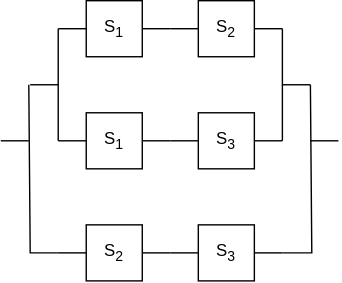
Above: drawio/10_median_func.drawio.svg in cd-public/hw_asm (draw.io), before the change. Source tidied: cells renumbered, new cells last; positions are measured from the earlier drawing's top-left corner, leaving out a move shared by most shapes. Source of this version:
```xml
<mxGraphModel>
  <root>
    <mxCell id="0" />
    <mxCell id="1" parent="0" />
    <mxCell id="2" value="S&lt;sub&gt;1&lt;/sub&gt;" style="whiteSpace=wrap;html=1;" parent="1" vertex="1">
      <mxGeometry x="61" width="40" height="40" as="geometry" />
    </mxCell>
    <mxCell id="3" style="endArrow=none;html=1;rounded=0;entryX=0;entryY=0.5;entryDx=0;entryDy=0;" parent="1" edge="1" target="2">
      <mxGeometry relative="1" as="geometry">
        <mxPoint x="41" y="20" as="sourcePoint" />
      </mxGeometry>
    </mxCell>
    <mxCell id="4" style="endArrow=none;html=1;rounded=0;exitX=1;exitY=0.5;exitDx=0;exitDy=0;" parent="1" edge="1" source="2">
      <mxGeometry relative="1" as="geometry">
        <mxPoint x="121" y="20" as="targetPoint" />
      </mxGeometry>
    </mxCell>
    <mxCell id="5" value="S&lt;sub&gt;2&lt;/sub&gt;" style="whiteSpace=wrap;html=1;" parent="1" vertex="1">
      <mxGeometry x="141" width="40" height="40" as="geometry" />
    </mxCell>
    <mxCell id="6" style="endArrow=none;html=1;rounded=0;entryX=0;entryY=0.5;entryDx=0;entryDy=0;" parent="1" edge="1" target="5">
      <mxGeometry relative="1" as="geometry">
        <mxPoint x="121" y="20" as="sourcePoint" />
      </mxGeometry>
    </mxCell>
    <mxCell id="7" style="endArrow=none;html=1;rounded=0;" parent="1" edge="1" source="5">
      <mxGeometry relative="1" as="geometry">
        <mxPoint x="201" y="20" as="targetPoint" />
      </mxGeometry>
    </mxCell>
    <mxCell id="8" style="endArrow=none;html=1;rounded=0;" parent="1" edge="1">
      <mxGeometry relative="1" as="geometry">
        <mxPoint x="41" y="100" as="sourcePoint" />
        <mxPoint x="41" y="20" as="targetPoint" />
      </mxGeometry>
    </mxCell>
    <mxCell id="9" style="endArrow=none;html=1;rounded=0;" parent="1" edge="1">
      <mxGeometry relative="1" as="geometry">
        <mxPoint x="21" y="60" as="sourcePoint" />
        <mxPoint x="41" y="60" as="targetPoint" />
      </mxGeometry>
    </mxCell>
    <mxCell id="10" style="endArrow=none;html=1;rounded=0;" parent="1" edge="1">
      <mxGeometry relative="1" as="geometry">
        <mxPoint x="201" y="100" as="sourcePoint" />
        <mxPoint x="201" y="20" as="targetPoint" />
      </mxGeometry>
    </mxCell>
    <mxCell id="11" style="endArrow=none;html=1;rounded=0;" parent="1" edge="1">
      <mxGeometry relative="1" as="geometry">
        <mxPoint x="221" y="60" as="sourcePoint" />
        <mxPoint x="201" y="60" as="targetPoint" />
      </mxGeometry>
    </mxCell>
    <mxCell id="12" value="S&lt;sub&gt;1&lt;/sub&gt;" style="whiteSpace=wrap;html=1;" parent="1" vertex="1">
      <mxGeometry x="61" y="80" width="40" height="40" as="geometry" />
    </mxCell>
    <mxCell id="13" style="endArrow=none;html=1;rounded=0;entryX=0;entryY=0.5;entryDx=0;entryDy=0;" parent="1" edge="1" target="12">
      <mxGeometry relative="1" as="geometry">
        <mxPoint x="41" y="100" as="sourcePoint" />
      </mxGeometry>
    </mxCell>
    <mxCell id="14" style="endArrow=none;html=1;rounded=0;exitX=1;exitY=0.5;exitDx=0;exitDy=0;" parent="1" edge="1" source="12">
      <mxGeometry relative="1" as="geometry">
        <mxPoint x="121" y="100" as="targetPoint" />
      </mxGeometry>
    </mxCell>
    <mxCell id="15" value="S&lt;sub&gt;3&lt;/sub&gt;" style="whiteSpace=wrap;html=1;" parent="1" vertex="1">
      <mxGeometry x="141" y="80" width="40" height="40" as="geometry" />
    </mxCell>
    <mxCell id="16" style="endArrow=none;html=1;rounded=0;entryX=0;entryY=0.5;entryDx=0;entryDy=0;" parent="1" edge="1" target="15">
      <mxGeometry relative="1" as="geometry">
        <mxPoint x="121" y="100" as="sourcePoint" />
      </mxGeometry>
    </mxCell>
    <mxCell id="17" style="endArrow=none;html=1;rounded=0;" parent="1" edge="1" source="15">
      <mxGeometry relative="1" as="geometry">
        <mxPoint x="201" y="100" as="targetPoint" />
      </mxGeometry>
    </mxCell>
    <mxCell id="18" value="S&lt;sub&gt;2&lt;/sub&gt;" style="whiteSpace=wrap;html=1;" parent="1" vertex="1">
      <mxGeometry x="61" y="160" width="40" height="40" as="geometry" />
    </mxCell>
    <mxCell id="19" style="endArrow=none;html=1;rounded=0;entryX=0;entryY=0.5;entryDx=0;entryDy=0;" parent="1" edge="1" target="18">
      <mxGeometry relative="1" as="geometry">
        <mxPoint x="41" y="180" as="sourcePoint" />
      </mxGeometry>
    </mxCell>
    <mxCell id="20" style="endArrow=none;html=1;rounded=0;" parent="1" edge="1" source="18">
      <mxGeometry relative="1" as="geometry">
        <mxPoint x="121" y="180" as="targetPoint" />
      </mxGeometry>
    </mxCell>
    <mxCell id="21" style="endArrow=none;html=1;rounded=0;" parent="1" edge="1">
      <mxGeometry relative="1" as="geometry">
        <mxPoint x="41" y="180" as="sourcePoint" />
        <mxPoint x="20" y="60" as="targetPoint" />
        <Array as="points">
          <mxPoint x="21" y="180" />
        </Array>
      </mxGeometry>
    </mxCell>
    <mxCell id="22" style="endArrow=none;html=1;rounded=0;" parent="1" edge="1">
      <mxGeometry relative="1" as="geometry">
        <mxPoint y="100" as="sourcePoint" />
        <mxPoint x="20" y="100" as="targetPoint" />
      </mxGeometry>
    </mxCell>
    <mxCell id="23" value="S&lt;sub&gt;3&lt;/sub&gt;" style="whiteSpace=wrap;html=1;" parent="1" vertex="1">
      <mxGeometry x="141" y="160" width="40" height="40" as="geometry" />
    </mxCell>
    <mxCell id="24" style="endArrow=none;html=1;rounded=0;entryX=0;entryY=0.5;entryDx=0;entryDy=0;" parent="1" edge="1" target="23">
      <mxGeometry relative="1" as="geometry">
        <mxPoint x="121" y="180" as="sourcePoint" />
      </mxGeometry>
    </mxCell>
    <mxCell id="25" style="endArrow=none;html=1;rounded=0;" parent="1" edge="1" source="23">
      <mxGeometry relative="1" as="geometry">
        <mxPoint x="201" y="180" as="targetPoint" />
      </mxGeometry>
    </mxCell>
    <mxCell id="26" style="endArrow=none;html=1;rounded=0;" parent="1" edge="1">
      <mxGeometry x="0.01" relative="1" as="geometry">
        <mxPoint x="201" y="180" as="sourcePoint" />
        <mxPoint x="221" y="60" as="targetPoint" />
        <Array as="points">
          <mxPoint x="222" y="180" />
        </Array>
      </mxGeometry>
    </mxCell>
    <mxCell id="27" style="endArrow=none;html=1;rounded=0;" parent="1" edge="1">
      <mxGeometry relative="1" as="geometry">
        <mxPoint x="241" y="100" as="sourcePoint" />
        <mxPoint x="221" y="100" as="targetPoint" />
      </mxGeometry>
    </mxCell>
  </root>
</mxGraphModel>
```
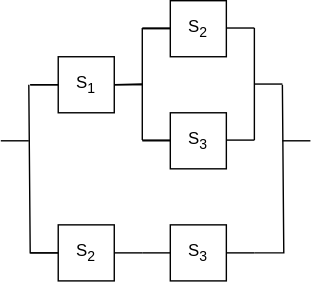
Above is the later version.

Diff of the diagram source:
```diff
@@ -3,16 +3,16 @@
     <mxCell id="0" />
     <mxCell id="1" parent="0" />
     <mxCell id="2" value="S&lt;sub&gt;1&lt;/sub&gt;" style="whiteSpace=wrap;html=1;" parent="1" vertex="1">
-      <mxGeometry x="61" width="40" height="40" as="geometry" />
+      <mxGeometry x="61" y="40" width="40" height="40" as="geometry" />
     </mxCell>
     <mxCell id="3" style="endArrow=none;html=1;rounded=0;entryX=0;entryY=0.5;entryDx=0;entryDy=0;" parent="1" edge="1" target="2">
       <mxGeometry relative="1" as="geometry">
-        <mxPoint x="41" y="20" as="sourcePoint" />
+        <mxPoint x="41" y="60" as="sourcePoint" />
       </mxGeometry>
     </mxCell>
     <mxCell id="4" style="endArrow=none;html=1;rounded=0;exitX=1;exitY=0.5;exitDx=0;exitDy=0;" parent="1" edge="1" source="2">
       <mxGeometry relative="1" as="geometry">
-        <mxPoint x="121" y="20" as="targetPoint" />
+        <mxPoint x="121" y="60" as="targetPoint" />
       </mxGeometry>
     </mxCell>
     <mxCell id="5" value="S&lt;sub&gt;2&lt;/sub&gt;" style="whiteSpace=wrap;html=1;" parent="1" vertex="1">
@@ -23,48 +23,30 @@
         <mxPoint x="121" y="20" as="sourcePoint" />
       </mxGeometry>
     </mxCell>
-    <mxCell id="7" style="endArrow=none;html=1;rounded=0;" parent="1" edge="1" source="5">
+    <mxCell id="7" style="endArrow=none;html=1;rounded=0;" parent="1" edge="1">
       <mxGeometry relative="1" as="geometry">
-        <mxPoint x="201" y="20" as="targetPoint" />
+        <mxPoint x="141" y="19.5" as="sourcePoint" />
+        <mxPoint x="121" y="19.5" as="targetPoint" />
       </mxGeometry>
     </mxCell>
-    <mxCell id="8" style="endArrow=none;html=1;rounded=0;" parent="1" edge="1">
-      <mxGeometry relative="1" as="geometry">
-        <mxPoint x="41" y="100" as="sourcePoint" />
-        <mxPoint x="41" y="20" as="targetPoint" />
-      </mxGeometry>
-    </mxCell>
     <mxCell id="9" style="endArrow=none;html=1;rounded=0;" parent="1" edge="1">
       <mxGeometry relative="1" as="geometry">
-        <mxPoint x="21" y="60" as="sourcePoint" />
-        <mxPoint x="41" y="60" as="targetPoint" />
+        <mxPoint x="41" y="60" as="sourcePoint" />
+        <mxPoint x="61" y="60" as="targetPoint" />
       </mxGeometry>
     </mxCell>
     <mxCell id="10" style="endArrow=none;html=1;rounded=0;" parent="1" edge="1">
       <mxGeometry relative="1" as="geometry">
-        <mxPoint x="201" y="100" as="sourcePoint" />
-        <mxPoint x="201" y="20" as="targetPoint" />
+        <mxPoint x="121" y="99.5" as="sourcePoint" />
+        <mxPoint x="121" y="19.5" as="targetPoint" />
       </mxGeometry>
     </mxCell>
     <mxCell id="11" style="endArrow=none;html=1;rounded=0;" parent="1" edge="1">
       <mxGeometry relative="1" as="geometry">
-        <mxPoint x="221" y="60" as="sourcePoint" />
-        <mxPoint x="201" y="60" as="targetPoint" />
+        <mxPoint x="101" y="60" as="sourcePoint" />
+        <mxPoint x="121" y="59.5" as="targetPoint" />
       </mxGeometry>
     </mxCell>
-    <mxCell id="12" value="S&lt;sub&gt;1&lt;/sub&gt;" style="whiteSpace=wrap;html=1;" parent="1" vertex="1">
-      <mxGeometry x="61" y="80" width="40" height="40" as="geometry" />
-    </mxCell>
-    <mxCell id="13" style="endArrow=none;html=1;rounded=0;entryX=0;entryY=0.5;entryDx=0;entryDy=0;" parent="1" edge="1" target="12">
-      <mxGeometry relative="1" as="geometry">
-        <mxPoint x="41" y="100" as="sourcePoint" />
-      </mxGeometry>
-    </mxCell>
-    <mxCell id="14" style="endArrow=none;html=1;rounded=0;exitX=1;exitY=0.5;exitDx=0;exitDy=0;" parent="1" edge="1" source="12">
-      <mxGeometry relative="1" as="geometry">
-        <mxPoint x="121" y="100" as="targetPoint" />
-      </mxGeometry>
-    </mxCell>
     <mxCell id="15" value="S&lt;sub&gt;3&lt;/sub&gt;" style="whiteSpace=wrap;html=1;" parent="1" vertex="1">
       <mxGeometry x="141" y="80" width="40" height="40" as="geometry" />
     </mxCell>
@@ -73,9 +55,10 @@
         <mxPoint x="121" y="100" as="sourcePoint" />
       </mxGeometry>
     </mxCell>
-    <mxCell id="17" style="endArrow=none;html=1;rounded=0;" parent="1" edge="1" source="15">
+    <mxCell id="17" style="endArrow=none;html=1;rounded=0;" parent="1" edge="1">
       <mxGeometry relative="1" as="geometry">
-        <mxPoint x="201" y="100" as="targetPoint" />
+        <mxPoint x="141" y="99.5" as="sourcePoint" />
+        <mxPoint x="121" y="99.5" as="targetPoint" />
       </mxGeometry>
     </mxCell>
     <mxCell id="18" value="S&lt;sub&gt;2&lt;/sub&gt;" style="whiteSpace=wrap;html=1;" parent="1" vertex="1">
@@ -93,17 +76,17 @@
     </mxCell>
     <mxCell id="21" style="endArrow=none;html=1;rounded=0;" parent="1" edge="1">
       <mxGeometry relative="1" as="geometry">
-        <mxPoint x="41" y="180" as="sourcePoint" />
-        <mxPoint x="20" y="60" as="targetPoint" />
+        <mxPoint x="61" y="180" as="sourcePoint" />
+        <mxPoint x="40" y="60" as="targetPoint" />
         <Array as="points">
-          <mxPoint x="21" y="180" />
+          <mxPoint x="41" y="180" />
         </Array>
       </mxGeometry>
     </mxCell>
     <mxCell id="22" style="endArrow=none;html=1;rounded=0;" parent="1" edge="1">
       <mxGeometry relative="1" as="geometry">
-        <mxPoint y="100" as="sourcePoint" />
-        <mxPoint x="20" y="100" as="targetPoint" />
+        <mxPoint x="20" y="100" as="sourcePoint" />
+        <mxPoint x="40" y="100" as="targetPoint" />
       </mxGeometry>
     </mxCell>
     <mxCell id="23" value="S&lt;sub&gt;3&lt;/sub&gt;" style="whiteSpace=wrap;html=1;" parent="1" vertex="1">
@@ -134,5 +117,29 @@
         <mxPoint x="221" y="100" as="targetPoint" />
       </mxGeometry>
     </mxCell>
+    <mxCell id="28" style="endArrow=none;html=1;rounded=0;" parent="1" edge="1">
+      <mxGeometry relative="1" as="geometry">
+        <mxPoint x="181" y="19.5" as="sourcePoint" />
+        <mxPoint x="201" y="19.5" as="targetPoint" />
+      </mxGeometry>
+    </mxCell>
+    <mxCell id="29" style="endArrow=none;html=1;rounded=0;" parent="1" edge="1">
+      <mxGeometry relative="1" as="geometry">
+        <mxPoint x="201" y="99.5" as="sourcePoint" />
+        <mxPoint x="201" y="19.5" as="targetPoint" />
+      </mxGeometry>
+    </mxCell>
+    <mxCell id="30" style="endArrow=none;html=1;rounded=0;" parent="1" edge="1">
+      <mxGeometry relative="1" as="geometry">
+        <mxPoint x="221" y="59.5" as="sourcePoint" />
+        <mxPoint x="201" y="59.5" as="targetPoint" />
+      </mxGeometry>
+    </mxCell>
+    <mxCell id="31" style="endArrow=none;html=1;rounded=0;" parent="1" edge="1">
+      <mxGeometry relative="1" as="geometry">
+        <mxPoint x="181" y="99.5" as="sourcePoint" />
+        <mxPoint x="201" y="99.5" as="targetPoint" />
+      </mxGeometry>
+    </mxCell>
   </root>
 </mxGraphModel>
```
